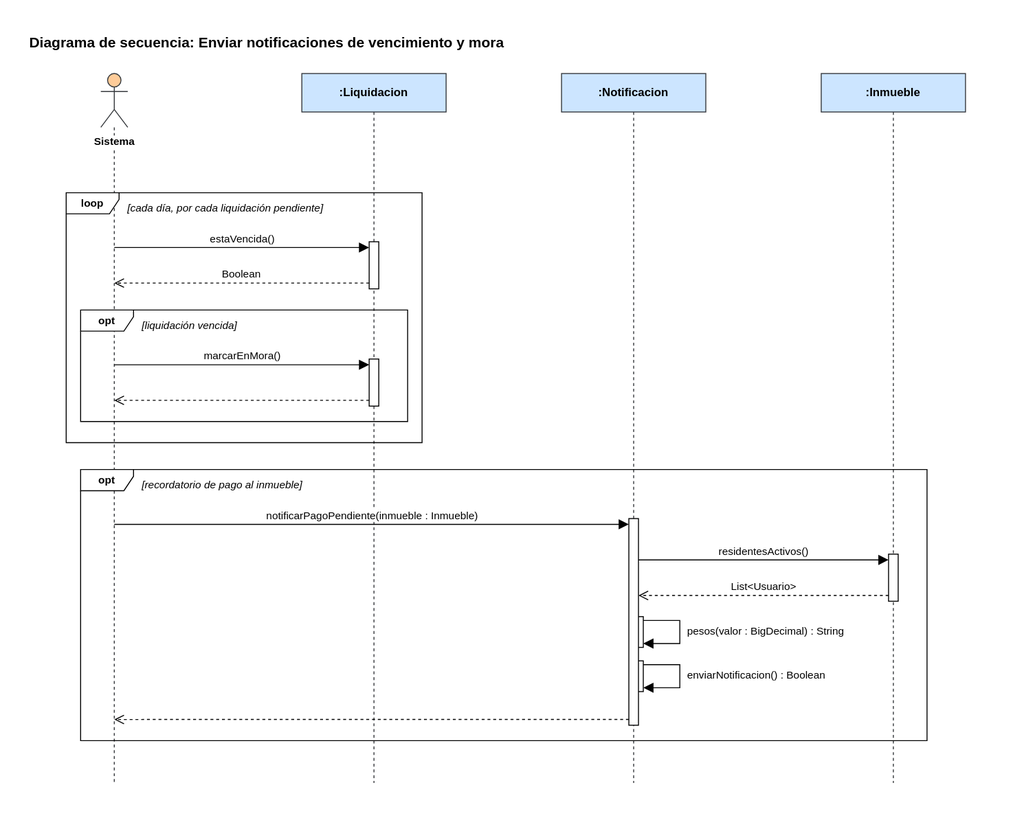
Above: Diagramas/Secuencia/enviar-notificaciones-de-vencimiento-y-mora.svg in manuel20051208/HorizontalSoftware-Back-End (draw.io), before the change. Source tidied: cells renumbered, new cells last; positions are measured from the earlier drawing's top-left corner, leaving out a move shared by most shapes.
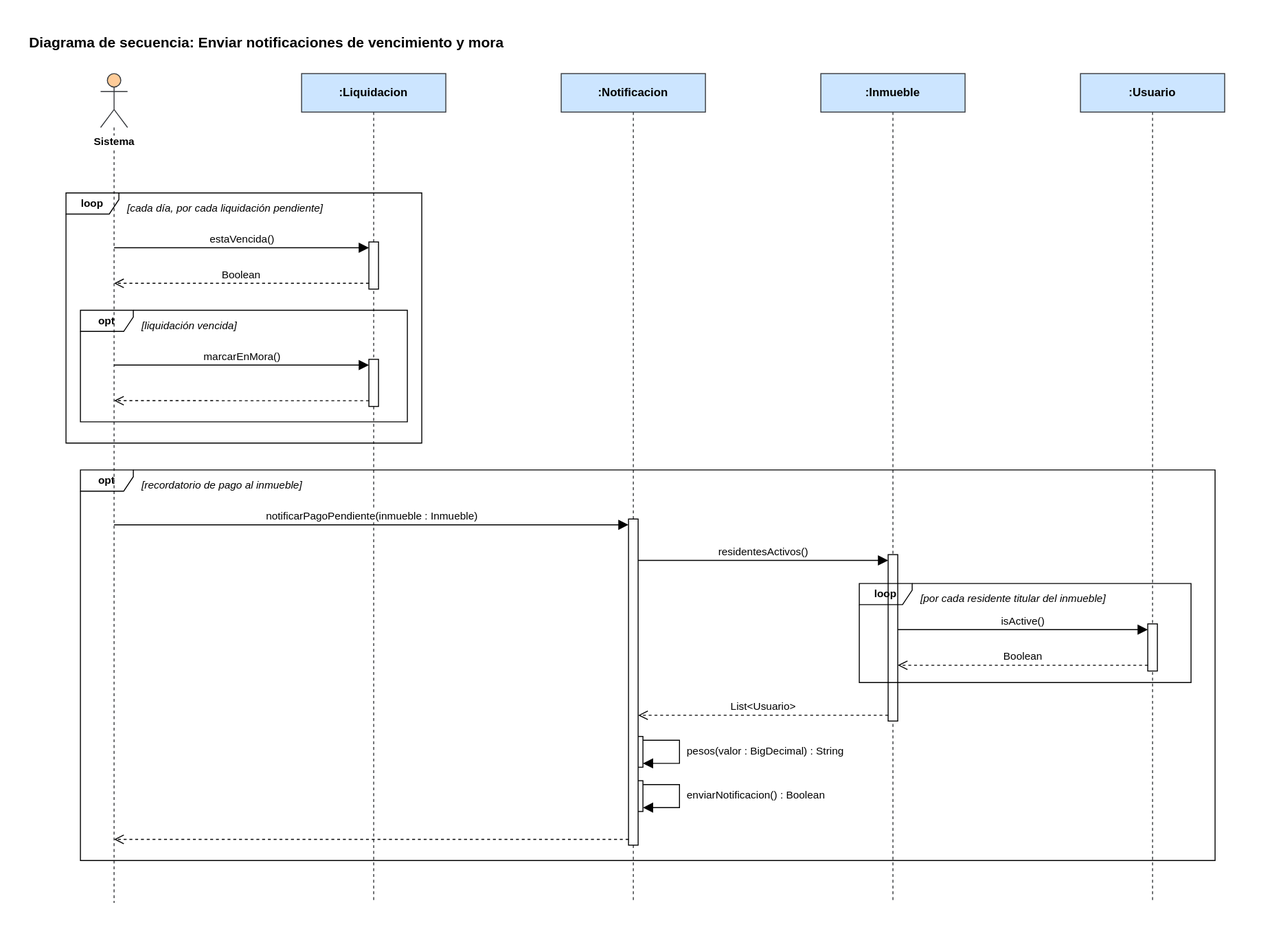
Above is the later version.

The edit, as a diff of the source:
```diff
@@ -3,19 +3,19 @@
     <mxCell id="0" />
     <mxCell id="1" parent="0" />
     <mxCell id="2" value="&lt;b&gt;Diagrama de secuencia: Enviar notificaciones de vencimiento y mora&lt;/b&gt;" style="text;html=1;align=left;verticalAlign=top;whiteSpace=wrap;fontSize=15;" parent="1" vertex="1">
-      <mxGeometry width="1000" height="26" as="geometry" />
+      <mxGeometry width="1270" height="26" as="geometry" />
     </mxCell>
     <mxCell id="3" value="Sistema" style="shape=umlLifeline;participant=umlActor;perimeter=lifelinePerimeter;whiteSpace=nowrap;html=1;outlineConnect=0;portConstraint=eastwest;size=56;verticalAlign=top;spacingTop=58;labelBackgroundColor=#ffffff;fontStyle=1;fontSize=11;fillColor=#ffcc99;strokeColor=#36393d;" parent="1" vertex="1">
-      <mxGeometry x="76" y="48" width="28" height="738" as="geometry" />
+      <mxGeometry x="76" y="48" width="28" height="862" as="geometry" />
     </mxCell>
     <mxCell id="4" value=":Liquidacion" style="shape=umlLifeline;perimeter=lifelinePerimeter;whiteSpace=wrap;html=1;fillColor=#cce5ff;strokeColor=#36393d;fontStyle=1;fontSize=12;" parent="1" vertex="1">
-      <mxGeometry x="285" y="48" width="150" height="738" as="geometry" />
+      <mxGeometry x="285" y="48" width="150" height="862" as="geometry" />
     </mxCell>
     <mxCell id="5" value=":Notificacion" style="shape=umlLifeline;perimeter=lifelinePerimeter;whiteSpace=wrap;html=1;fillColor=#cce5ff;strokeColor=#36393d;fontStyle=1;fontSize=12;" parent="1" vertex="1">
-      <mxGeometry x="555" y="48" width="150" height="738" as="geometry" />
+      <mxGeometry x="555" y="48" width="150" height="862" as="geometry" />
     </mxCell>
     <mxCell id="6" value=":Inmueble" style="shape=umlLifeline;perimeter=lifelinePerimeter;whiteSpace=wrap;html=1;fillColor=#cce5ff;strokeColor=#36393d;fontStyle=1;fontSize=12;" parent="1" vertex="1">
-      <mxGeometry x="825" y="48" width="150" height="738" as="geometry" />
+      <mxGeometry x="825" y="48" width="150" height="862" as="geometry" />
     </mxCell>
     <mxCell id="7" style="html=1;points=[];perimeter=orthogonalPerimeter;fillColor=#ffffff;strokeColor=#000000;" parent="1" vertex="1">
       <mxGeometry x="355" y="223" width="10" height="49" as="geometry" />
@@ -24,72 +24,87 @@
       <mxGeometry x="355" y="345" width="10" height="49" as="geometry" />
     </mxCell>
     <mxCell id="9" style="html=1;points=[];perimeter=orthogonalPerimeter;fillColor=#ffffff;strokeColor=#000000;" parent="1" vertex="1">
-      <mxGeometry x="895" y="548" width="10" height="49" as="geometry" />
+      <mxGeometry x="895" y="548" width="10" height="173" as="geometry" />
     </mxCell>
     <mxCell id="10" style="html=1;points=[];perimeter=orthogonalPerimeter;fillColor=#ffffff;strokeColor=#000000;" parent="1" vertex="1">
-      <mxGeometry x="630" y="613" width="10" height="32" as="geometry" />
+      <mxGeometry x="630" y="737" width="10" height="32" as="geometry" />
     </mxCell>
     <mxCell id="11" style="html=1;points=[];perimeter=orthogonalPerimeter;fillColor=#ffffff;strokeColor=#000000;" parent="1" vertex="1">
-      <mxGeometry x="630" y="659" width="10" height="32" as="geometry" />
+      <mxGeometry x="630" y="783" width="10" height="32" as="geometry" />
     </mxCell>
     <mxCell id="12" style="html=1;points=[];perimeter=orthogonalPerimeter;fillColor=#ffffff;strokeColor=#000000;" parent="1" vertex="1">
-      <mxGeometry x="625" y="511" width="10" height="215" as="geometry" />
+      <mxGeometry x="625" y="511" width="10" height="339" as="geometry" />
     </mxCell>
-    <mxCell id="13" value="estaVencida()" style="html=1;verticalAlign=bottom;rounded=0;fontSize=11;strokeColor=#000000;endArrow=block;endFill=1;endSize=8;exitX=0.5000;exitY=0.2453;exitDx=0;exitDy=0;exitPerimeter=0;entryX=0.0000;entryY=0.1224;entryDx=0;entryDy=0;entryPerimeter=0;" parent="1" edge="1" source="3" target="7">
+    <mxCell id="13" value="estaVencida()" style="html=1;verticalAlign=bottom;rounded=0;fontSize=11;strokeColor=#000000;endArrow=block;endFill=1;endSize=8;exitX=0.5000;exitY=0.2100;exitDx=0;exitDy=0;exitPerimeter=0;entryX=0.0000;entryY=0.1224;entryDx=0;entryDy=0;entryPerimeter=0;" parent="1" edge="1" source="3" target="7">
       <mxGeometry relative="1" as="geometry" />
     </mxCell>
-    <mxCell id="14" value="Boolean" style="html=1;verticalAlign=bottom;rounded=0;fontSize=11;strokeColor=#000000;dashed=1;endArrow=open;endFill=0;endSize=8;exitX=0.0000;exitY=0.8776;exitDx=0;exitDy=0;exitPerimeter=0;entryX=0.5000;entryY=0.2954;entryDx=0;entryDy=0;entryPerimeter=0;" parent="1" edge="1" source="7" target="3">
+    <mxCell id="14" value="Boolean" style="html=1;verticalAlign=bottom;rounded=0;fontSize=11;strokeColor=#000000;dashed=1;endArrow=open;endFill=0;endSize=8;exitX=0.0000;exitY=0.8776;exitDx=0;exitDy=0;exitPerimeter=0;entryX=0.5000;entryY=0.2529;entryDx=0;entryDy=0;entryPerimeter=0;" parent="1" edge="1" source="7" target="3">
       <mxGeometry relative="1" as="geometry" />
     </mxCell>
-    <mxCell id="15" value="marcarEnMora()" style="html=1;verticalAlign=bottom;rounded=0;fontSize=11;strokeColor=#000000;endArrow=block;endFill=1;endSize=8;exitX=0.5000;exitY=0.4106;exitDx=0;exitDy=0;exitPerimeter=0;entryX=0.0000;entryY=0.1224;entryDx=0;entryDy=0;entryPerimeter=0;" parent="1" edge="1" source="3" target="8">
+    <mxCell id="15" value="marcarEnMora()" style="html=1;verticalAlign=bottom;rounded=0;fontSize=11;strokeColor=#000000;endArrow=block;endFill=1;endSize=8;exitX=0.5000;exitY=0.3515;exitDx=0;exitDy=0;exitPerimeter=0;entryX=0.0000;entryY=0.1224;entryDx=0;entryDy=0;entryPerimeter=0;" parent="1" edge="1" source="3" target="8">
       <mxGeometry relative="1" as="geometry" />
     </mxCell>
-    <mxCell id="16" style="html=1;verticalAlign=bottom;rounded=0;fontSize=11;strokeColor=#000000;dashed=1;endArrow=open;endFill=0;endSize=8;exitX=0.0000;exitY=0.8776;exitDx=0;exitDy=0;exitPerimeter=0;entryX=0.5000;entryY=0.4607;entryDx=0;entryDy=0;entryPerimeter=0;" parent="1" edge="1" source="8" target="3">
+    <mxCell id="16" style="html=1;verticalAlign=bottom;rounded=0;fontSize=11;strokeColor=#000000;dashed=1;endArrow=open;endFill=0;endSize=8;exitX=0.0000;exitY=0.8776;exitDx=0;exitDy=0;exitPerimeter=0;entryX=0.5000;entryY=0.3944;entryDx=0;entryDy=0;entryPerimeter=0;" parent="1" edge="1" source="8" target="3">
       <mxGeometry relative="1" as="geometry" />
     </mxCell>
-    <mxCell id="17" value="notificarPagoPendiente(inmueble : Inmueble)" style="html=1;verticalAlign=bottom;rounded=0;fontSize=11;strokeColor=#000000;endArrow=block;endFill=1;endSize=8;exitX=0.5000;exitY=0.6355;exitDx=0;exitDy=0;exitPerimeter=0;entryX=0.0000;entryY=0.0279;entryDx=0;entryDy=0;entryPerimeter=0;" parent="1" edge="1" source="3" target="12">
+    <mxCell id="17" value="notificarPagoPendiente(inmueble : Inmueble)" style="html=1;verticalAlign=bottom;rounded=0;fontSize=11;strokeColor=#000000;endArrow=block;endFill=1;endSize=8;exitX=0.5000;exitY=0.5441;exitDx=0;exitDy=0;exitPerimeter=0;entryX=0.0000;entryY=0.0177;entryDx=0;entryDy=0;entryPerimeter=0;" parent="1" edge="1" source="3" target="12">
       <mxGeometry relative="1" as="geometry" />
     </mxCell>
-    <mxCell id="18" value="residentesActivos()" style="html=1;verticalAlign=bottom;rounded=0;fontSize=11;strokeColor=#000000;endArrow=block;endFill=1;endSize=8;exitX=1.0000;exitY=0.2000;exitDx=0;exitDy=0;exitPerimeter=0;entryX=0.0000;entryY=0.1224;entryDx=0;entryDy=0;entryPerimeter=0;" parent="1" edge="1" source="12" target="9">
+    <mxCell id="18" value="residentesActivos()" style="html=1;verticalAlign=bottom;rounded=0;fontSize=11;strokeColor=#000000;endArrow=block;endFill=1;endSize=8;exitX=1.0000;exitY=0.1268;exitDx=0;exitDy=0;exitPerimeter=0;entryX=0.0000;entryY=0.0347;entryDx=0;entryDy=0;entryPerimeter=0;" parent="1" edge="1" source="12" target="9">
       <mxGeometry relative="1" as="geometry" />
     </mxCell>
-    <mxCell id="19" value="List&amp;lt;Usuario&amp;gt;" style="html=1;verticalAlign=bottom;rounded=0;fontSize=11;strokeColor=#000000;dashed=1;endArrow=open;endFill=0;endSize=8;exitX=0.0000;exitY=0.8776;exitDx=0;exitDy=0;exitPerimeter=0;entryX=1.0000;entryY=0.3721;entryDx=0;entryDy=0;entryPerimeter=0;" parent="1" edge="1" source="9" target="12">
+    <mxCell id="19" value="List&amp;lt;Usuario&amp;gt;" style="html=1;verticalAlign=bottom;rounded=0;fontSize=11;strokeColor=#000000;dashed=1;endArrow=open;endFill=0;endSize=8;exitX=0.0000;exitY=0.9653;exitDx=0;exitDy=0;exitPerimeter=0;entryX=1.0000;entryY=0.6018;entryDx=0;entryDy=0;entryPerimeter=0;" parent="1" edge="1" source="9" target="12">
       <mxGeometry relative="1" as="geometry" />
     </mxCell>
     <mxCell id="20" style="html=1;rounded=0;endArrow=block;endFill=1;endSize=8;strokeColor=#000000;exitX=1.0000;exitY=0.1250;exitDx=0;exitDy=0;exitPerimeter=0;entryX=1.0000;entryY=0.8750;entryDx=0;entryDy=0;entryPerimeter=0;" parent="1" edge="1" source="10" target="10">
       <mxGeometry relative="1" as="geometry">
         <Array as="points">
-          <mxPoint x="678" y="617" />
-          <mxPoint x="678" y="641" />
+          <mxPoint x="678" y="741" />
+          <mxPoint x="678" y="765" />
         </Array>
       </mxGeometry>
     </mxCell>
     <mxCell id="21" style="html=1;rounded=0;endArrow=block;endFill=1;endSize=8;strokeColor=#000000;exitX=1.0000;exitY=0.1250;exitDx=0;exitDy=0;exitPerimeter=0;entryX=1.0000;entryY=0.8750;entryDx=0;entryDy=0;entryPerimeter=0;" parent="1" edge="1" source="11" target="11">
       <mxGeometry relative="1" as="geometry">
         <Array as="points">
-          <mxPoint x="678" y="663" />
-          <mxPoint x="678" y="687" />
+          <mxPoint x="678" y="787" />
+          <mxPoint x="678" y="811" />
         </Array>
       </mxGeometry>
     </mxCell>
-    <mxCell id="22" style="html=1;verticalAlign=bottom;rounded=0;fontSize=11;strokeColor=#000000;dashed=1;endArrow=open;endFill=0;endSize=8;exitX=0.0000;exitY=0.9721;exitDx=0;exitDy=0;exitPerimeter=0;entryX=0.5000;entryY=0.9106;entryDx=0;entryDy=0;entryPerimeter=0;" parent="1" edge="1" source="12" target="3">
+    <mxCell id="22" style="html=1;verticalAlign=bottom;rounded=0;fontSize=11;strokeColor=#000000;dashed=1;endArrow=open;endFill=0;endSize=8;exitX=0.0000;exitY=0.9823;exitDx=0;exitDy=0;exitPerimeter=0;entryX=0.5000;entryY=0.9234;entryDx=0;entryDy=0;entryPerimeter=0;" parent="1" edge="1" source="12" target="3">
       <mxGeometry relative="1" as="geometry" />
     </mxCell>
     <mxCell id="23" value="pesos(valor : BigDecimal) : String" style="text;html=1;align=left;verticalAlign=top;whiteSpace=wrap;overflow=hidden;fontSize=11;" parent="1" vertex="1">
-      <mxGeometry x="684" y="615" width="185" height="28" as="geometry" />
+      <mxGeometry x="684" y="739" width="185" height="28" as="geometry" />
     </mxCell>
     <mxCell id="24" value="enviarNotificacion() : Boolean" style="text;html=1;align=left;verticalAlign=top;whiteSpace=wrap;overflow=hidden;fontSize=11;" parent="1" vertex="1">
-      <mxGeometry x="684" y="661" width="185" height="28" as="geometry" />
+      <mxGeometry x="684" y="785" width="185" height="28" as="geometry" />
     </mxCell>
+    <mxCell id="31" value=":Usuario" style="shape=umlLifeline;perimeter=lifelinePerimeter;whiteSpace=wrap;html=1;fillColor=#cce5ff;strokeColor=#36393d;fontStyle=1;fontSize=12;" parent="1" vertex="1">
+      <mxGeometry x="1095" y="48" width="150" height="862" as="geometry" />
+    </mxCell>
+    <mxCell id="32" style="html=1;points=[];perimeter=orthogonalPerimeter;fillColor=#ffffff;strokeColor=#000000;" parent="1" vertex="1">
+      <mxGeometry x="1165" y="620" width="10" height="49" as="geometry" />
+    </mxCell>
+    <mxCell id="33" value="isActive()" style="html=1;verticalAlign=bottom;rounded=0;fontSize=11;strokeColor=#000000;endArrow=block;endFill=1;endSize=8;exitX=1.0000;exitY=0.4509;exitDx=0;exitDy=0;exitPerimeter=0;entryX=0.0000;entryY=0.1224;entryDx=0;entryDy=0;entryPerimeter=0;" parent="1" edge="1" source="9" target="32">
+      <mxGeometry relative="1" as="geometry" />
+    </mxCell>
+    <mxCell id="34" value="Boolean" style="html=1;verticalAlign=bottom;rounded=0;fontSize=11;strokeColor=#000000;dashed=1;endArrow=open;endFill=0;endSize=8;exitX=0.0000;exitY=0.8776;exitDx=0;exitDy=0;exitPerimeter=0;entryX=1.0000;entryY=0.6647;entryDx=0;entryDy=0;entryPerimeter=0;" parent="1" edge="1" source="32" target="9">
+      <mxGeometry relative="1" as="geometry" />
+    </mxCell>
-    <mxCell id="25" value="opt" style="shape=umlFrame;whiteSpace=wrap;html=1;fontStyle=1;fontSize=11;width=55;height=22;" parent="1" vertex="1">
+    <mxCell id="25" value="opt" style="shape=umlFrame;whiteSpace=wrap;html=1;fontStyle=1;fontSize=11;width=55;height=22;fillColor=none;" parent="1" vertex="1">
       <mxGeometry x="55" y="294" width="340" height="116" as="geometry" />
     </mxCell>
-    <mxCell id="26" value="loop" style="shape=umlFrame;whiteSpace=wrap;html=1;fontStyle=1;fontSize=11;width=55;height=22;" parent="1" vertex="1">
+    <mxCell id="26" value="loop" style="shape=umlFrame;whiteSpace=wrap;html=1;fontStyle=1;fontSize=11;width=55;height=22;fillColor=none;" parent="1" vertex="1">
       <mxGeometry x="40" y="172" width="370" height="260" as="geometry" />
     </mxCell>
-    <mxCell id="27" value="opt" style="shape=umlFrame;whiteSpace=wrap;html=1;fontStyle=1;fontSize=11;width=55;height=22;" parent="1" vertex="1">
-      <mxGeometry x="55" y="460" width="880" height="282" as="geometry" />
+    <mxCell id="27" value="opt" style="shape=umlFrame;whiteSpace=wrap;html=1;fontStyle=1;fontSize=11;width=55;height=22;fillColor=none;" parent="1" vertex="1">
+      <mxGeometry x="55" y="460" width="1180" height="406" as="geometry" />
     </mxCell>
+    <mxCell id="35" value="loop" style="shape=umlFrame;whiteSpace=wrap;html=1;fontStyle=1;fontSize=11;width=55;height=22;fillColor=none;" parent="1" vertex="1">
+      <mxGeometry x="865" y="578" width="345" height="103" as="geometry" />
+    </mxCell>
     <mxCell id="28" value="[liquidación vencida]" style="text;html=1;align=left;verticalAlign=top;whiteSpace=wrap;fontSize=11;fontStyle=2;" parent="1" vertex="1">
       <mxGeometry x="117" y="297" width="270" height="22" as="geometry" />
     </mxCell>
@@ -97,7 +112,10 @@
       <mxGeometry x="102" y="175" width="300" height="22" as="geometry" />
     </mxCell>
     <mxCell id="30" value="[recordatorio de pago al inmueble]" style="text;html=1;align=left;verticalAlign=top;whiteSpace=wrap;fontSize=11;fontStyle=2;" parent="1" vertex="1">
-      <mxGeometry x="117" y="463" width="810" height="22" as="geometry" />
+      <mxGeometry x="117" y="463" width="1110" height="22" as="geometry" />
     </mxCell>
+    <mxCell id="36" value="[por cada residente titular del inmueble]" style="text;html=1;align=left;verticalAlign=top;whiteSpace=wrap;fontSize=11;fontStyle=2;" parent="1" vertex="1">
+      <mxGeometry x="927" y="581" width="275" height="22" as="geometry" />
+    </mxCell>
   </root>
 </mxGraphModel>
```
